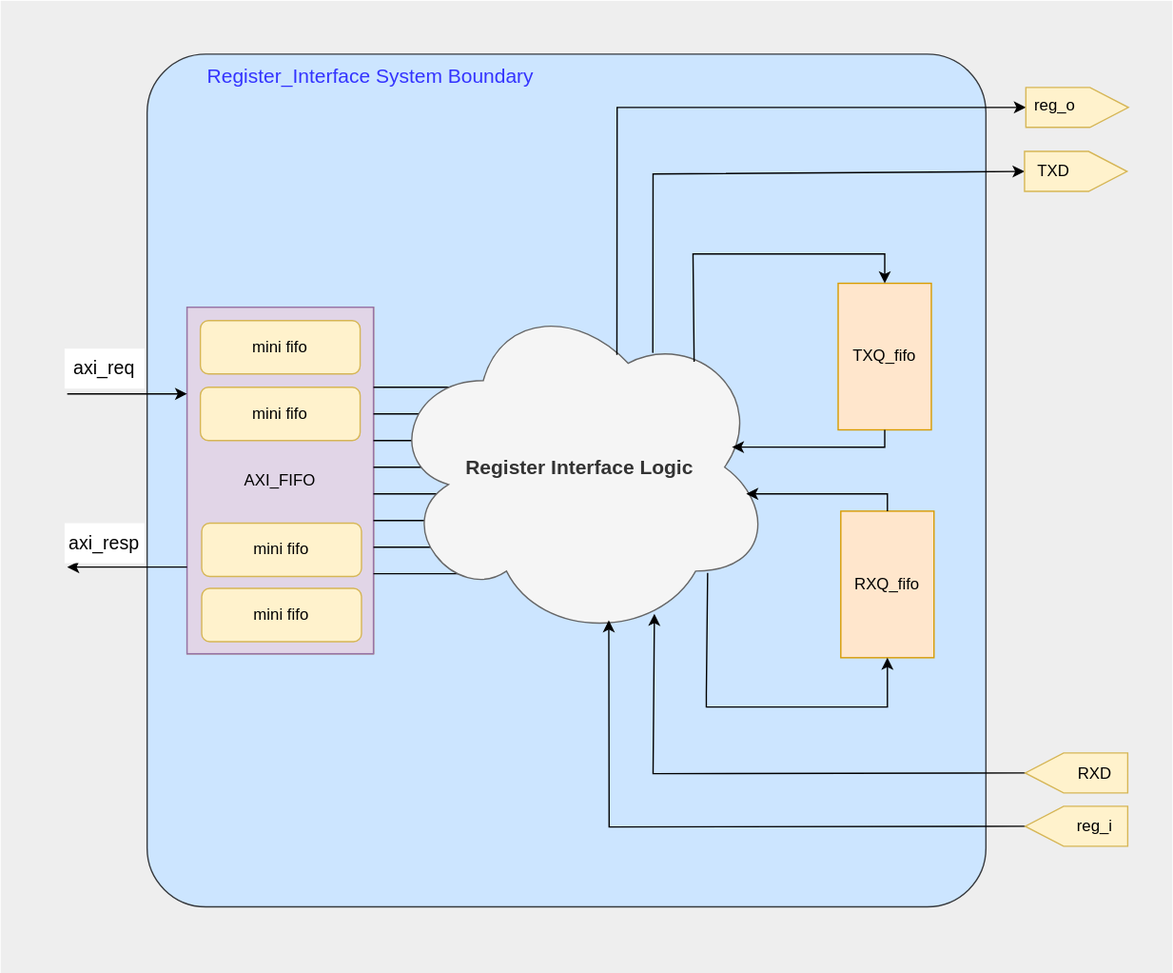
ADN-VLSI/SC-SoC keeps this draw.io diagram as document/axi4l_uart_regif.svg. Above is the earlier version. Source tidied: cells renumbered, new cells last; positions are measured from the earlier drawing's top-left corner, leaving out a move shared by most shapes.
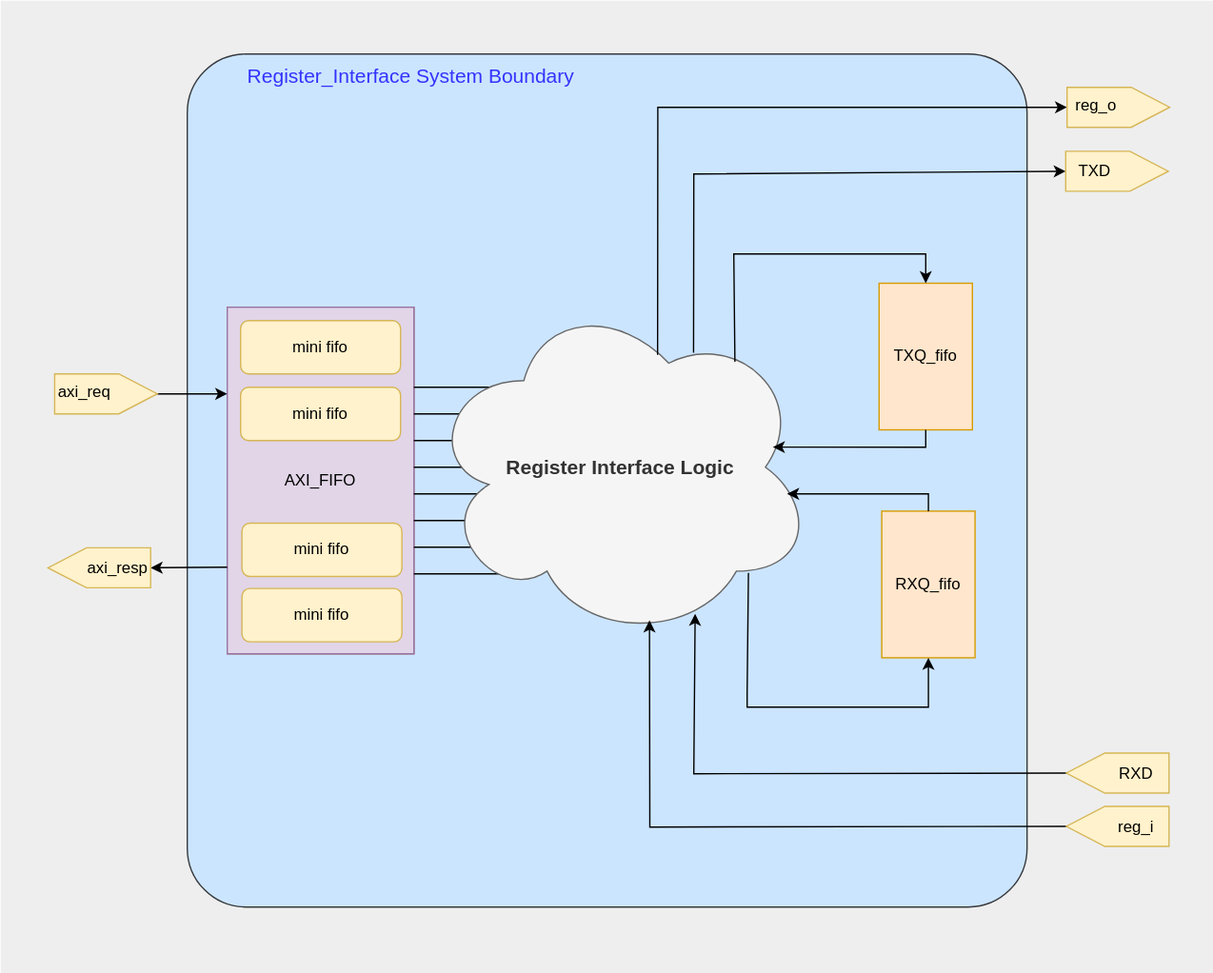
After the change.

Commit message:
It is prettier now I swear! 	modified:   document/axi4l_uart_regif.svg

The edit, as a diff of the source:
```diff
@@ -3,7 +3,7 @@
     <mxCell id="0" />
     <mxCell id="1" parent="0" />
     <mxCell id="2" style="rounded=0;whiteSpace=wrap;html=1;fillColor=#eeeeee;strokeColor=none;" parent="1" vertex="1">
-      <mxGeometry width="880" height="730" as="geometry" />
+      <mxGeometry x="-30" width="910" height="730" as="geometry" />
     </mxCell>
     <mxCell id="3" style="rounded=1;whiteSpace=wrap;html=1;fillColor=#cce5ff;strokeColor=#36393d;arcSize=7;" parent="1" vertex="1">
       <mxGeometry x="110" y="40" width="630" height="640" as="geometry" />
@@ -192,21 +192,29 @@
     <mxCell id="44" value="&lt;font style=&quot;font-size: 15px; color: rgb(51, 51, 255);&quot;&gt;Register_Interface System Boundary&lt;/font&gt;" style="text;html=1;align=center;verticalAlign=middle;whiteSpace=wrap;rounded=0;" parent="1" vertex="1">
       <mxGeometry x="143" y="41" width="270" height="30" as="geometry" />
     </mxCell>
-    <mxCell id="45" style="endArrow=classic;html=1;entryX=0;entryY=0.25;entryDx=0;entryDy=0;" parent="1" edge="1" target="6">
-      <mxGeometry relative="1" as="geometry">
-        <mxPoint x="50" y="295" as="sourcePoint" />
-      </mxGeometry>
+    <mxCell id="45" style="endArrow=classic;html=1;entryX=0;entryY=0.25;entryDx=0;entryDy=0;exitX=0.5;exitY=1;exitDx=0;exitDy=0;" parent="1" edge="1" source="50" target="6">
+      <mxGeometry relative="1" as="geometry" />
     </mxCell>
-    <mxCell id="46" style="endArrow=classic;html=1;exitX=0;exitY=0.75;exitDx=0;exitDy=0;" parent="1" edge="1" source="6">
-      <mxGeometry relative="1" as="geometry">
-        <mxPoint x="50" y="425" as="targetPoint" />
-      </mxGeometry>
+    <mxCell id="46" style="endArrow=classic;html=1;exitX=0;exitY=0.75;exitDx=0;exitDy=0;entryX=0.5;entryY=0;entryDx=0;entryDy=0;" parent="1" edge="1" source="6" target="52">
+      <mxGeometry relative="1" as="geometry" />
     </mxCell>
+    <mxCell id="49" style="group;" parent="1" vertex="1">
+      <mxGeometry x="10.5" y="280" width="77" height="30" as="geometry" />
+    </mxCell>
+    <mxCell id="50" style="shape=offPageConnector;whiteSpace=wrap;html=1;rotation=-90;fillColor=#fff2cc;strokeColor=#d6b656;" parent="49" vertex="1">
+      <mxGeometry x="23.5" y="-23.5" width="30" height="77" as="geometry" />
+    </mxCell>
-    <mxCell id="47" value="&lt;font style=&quot;font-size: 14px;&quot;&gt;axi_req&lt;/font&gt;" style="text;html=1;align=center;verticalAlign=middle;whiteSpace=wrap;rounded=0;fillColor=default;" parent="1" vertex="1">
-      <mxGeometry x="48" y="261" width="60" height="30" as="geometry" />
+    <mxCell id="47" value="axi_req" style="rounded=0;whiteSpace=wrap;html=1;dashed=1;dashPattern=8 8;strokeWidth=0;fillColor=none;strokeColor=none;" parent="49" vertex="1">
+      <mxGeometry x="7" y="2" width="30" height="24" as="geometry" />
     </mxCell>
+    <mxCell id="51" style="group;" parent="1" vertex="1">
+      <mxGeometry x="5.5" y="410.5" width="77" height="30" as="geometry" />
+    </mxCell>
+    <mxCell id="52" style="shape=offPageConnector;whiteSpace=wrap;html=1;rotation=90;fillColor=#fff2cc;strokeColor=#d6b656;" parent="51" vertex="1">
+      <mxGeometry x="23.5" y="-23.5" width="30" height="77" as="geometry" />
+    </mxCell>
-    <mxCell id="48" value="&lt;font style=&quot;font-size: 14px;&quot;&gt;axi_resp&lt;/font&gt;" style="text;html=1;align=center;verticalAlign=middle;whiteSpace=wrap;rounded=0;fillColor=default;" parent="1" vertex="1">
-      <mxGeometry x="48" y="392" width="60" height="30" as="geometry" />
+    <mxCell id="48" value="axi_resp" style="rounded=0;whiteSpace=wrap;html=1;dashed=1;dashPattern=8 8;strokeWidth=0;fillColor=none;strokeColor=none;" parent="51" vertex="1">
+      <mxGeometry x="37" y="3" width="30" height="24" as="geometry" />
     </mxCell>
   </root>
 </mxGraphModel>
```
